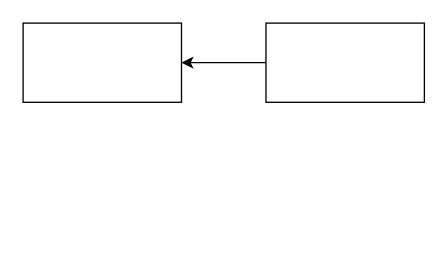
Above: page "第 1 页" (1 of 2) of 未命名绘图.drawio in teki-jd/MJDRESOURCE (draw.io), before the change. Source tidied: cells renumbered, new cells numbered last; positions are measured from the earlier drawing's top-left corner, leaving out a move shared by most shapes. Both pictures are drawn from the tidied source at 132%, with x=0, y=0 at pixel (22, 22).
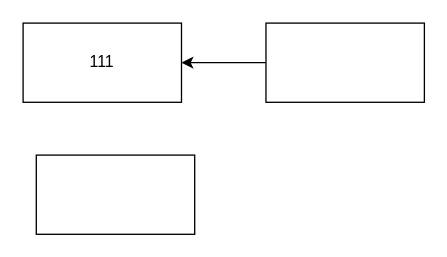
The same diagram, later.

Commit message:
更新未命名绘图.drawio

What changed in the source:
```diff
@@
 <mxGraphModel>
   <root>
     <mxCell id="0" />
     <mxCell id="1" parent="0" />
     <mxCell id="2" style="edgeStyle=orthogonalEdgeStyle;rounded=0;jettySize=auto;html=1;" parent="1" edge="1" source="3" target="4">
       <mxGeometry relative="1" as="geometry" />
     </mxCell>
     <mxCell id="3" style="rounded=0;whiteSpace=wrap;html=1;" parent="1" vertex="1">
       <mxGeometry x="184" width="120" height="60" as="geometry" />
     </mxCell>
-    <mxCell id="4" style="rounded=0;whiteSpace=wrap;html=1;" parent="1" vertex="1">
+    <mxCell id="4" value="111" style="rounded=0;whiteSpace=wrap;html=1;" parent="1" vertex="1">
       <mxGeometry width="120" height="60" as="geometry" />
     </mxCell>
+    <mxCell id="5" style="rounded=0;whiteSpace=wrap;html=1;" parent="1" vertex="1">
+      <mxGeometry x="10" y="100" width="120" height="60" as="geometry" />
+    </mxCell>
   </root>
 </mxGraphModel>
```
